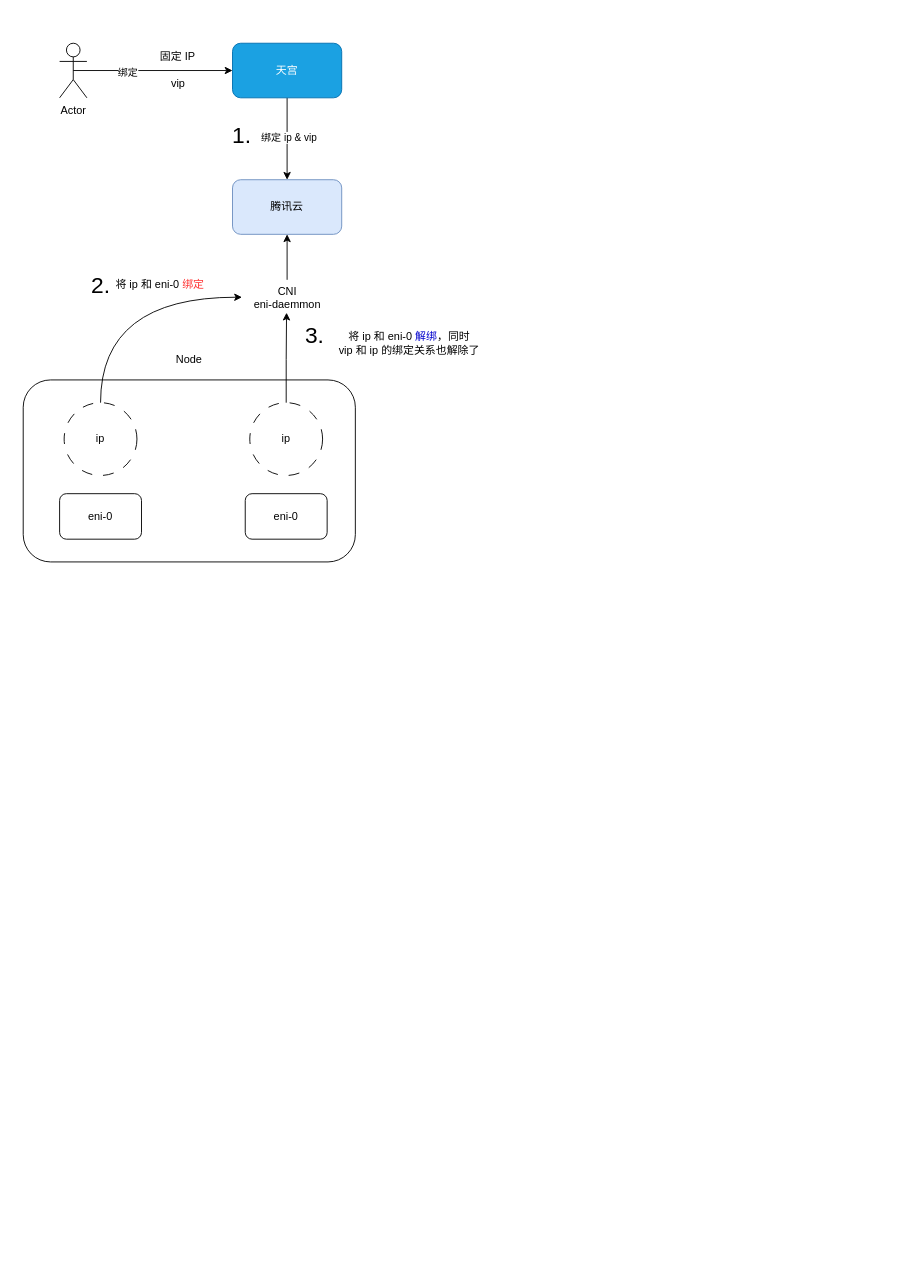
This is vipbug 修复.drawio from cityofwang/beats, a draw.io file, before an edit. Source tidied: cells renumbered, new cells numbered last; positions are measured from the earlier drawing's top-left corner, leaving out a move shared by most shapes. Both pictures are drawn from the tidied source at 91%, with x=0, y=0 at pixel (23, 43).
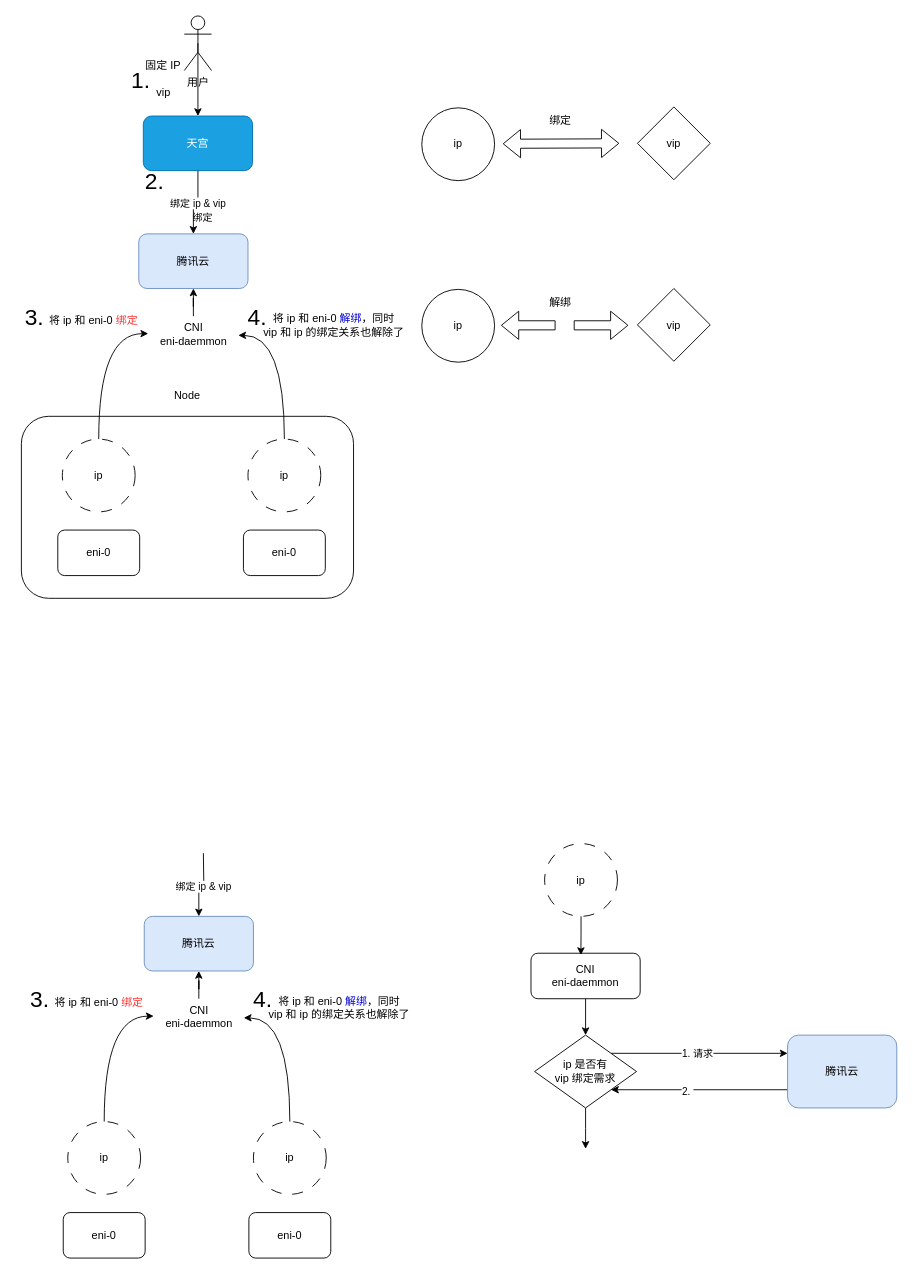
The same diagram, later.

The edit, as a diff of the source:
```diff
@@
     <mxCell id="2" value="eni-0" style="rounded=1;whiteSpace=wrap;html=1;" parent="1" vertex="1">
-      <mxGeometry x="40" y="495" width="90" height="50" as="geometry" />
+      <mxGeometry x="38" y="535" width="90" height="50" as="geometry" />
     </mxCell>
-    <mxCell id="3" style="edgeStyle=orthogonalEdgeStyle;rounded=0;jettySize=auto;html=1;exitX=0.5;exitY=0.5;exitDx=0;exitDy=0;exitPerimeter=0;" parent="1" edge="1" source="5" target="8">
+    <mxCell id="3" style="edgeStyle=orthogonalEdgeStyle;rounded=0;jettySize=auto;html=1;exitX=0.5;exitY=0.5;exitDx=0;exitDy=0;exitPerimeter=0;entryX=0.5;entryY=0;entryDx=0;entryDy=0;" parent="1" edge="1" source="5" target="8">
       <mxGeometry relative="1" as="geometry" />
     </mxCell>
     <mxCell id="4" value="绑定" style="edgeLabel;html=1;align=center;verticalAlign=middle;" parent="3" vertex="1">
-      <mxGeometry x="-0.33" y="-1" relative="1" as="geometry" />
+      <mxGeometry x="-0.33" y="-1" relative="1" as="geometry">
+        <mxPoint x="5" y="164" as="offset" />
+      </mxGeometry>
     </mxCell>
-    <mxCell id="5" value="Actor" style="shape=umlActor;verticalLabelPosition=bottom;verticalAlign=top;html=1;outlineConnect=0;" parent="1" vertex="1">
-      <mxGeometry x="40" width="30" height="60" as="geometry" />
+    <mxCell id="5" value="用户" style="shape=umlActor;verticalLabelPosition=bottom;verticalAlign=top;html=1;outlineConnect=0;" parent="1" vertex="1">
+      <mxGeometry x="177" y="-30" width="30" height="60" as="geometry" />
     </mxCell>
@@
     <mxCell id="8" value="天宫" style="rounded=1;whiteSpace=wrap;html=1;fillColor=#1ba1e2;fontColor=#ffffff;strokeColor=#006EAF;" parent="1" vertex="1">
-      <mxGeometry x="230" width="120" height="60" as="geometry" />
+      <mxGeometry x="132" y="80" width="120" height="60" as="geometry" />
     </mxCell>
     <mxCell id="9" value="固定 IP" style="text;html=1;align=center;verticalAlign=middle;whiteSpace=wrap;rounded=0;" parent="1" vertex="1">
-      <mxGeometry x="140" width="60" height="30" as="geometry" />
+      <mxGeometry x="124" y="10" width="60" height="30" as="geometry" />
     </mxCell>
     <mxCell id="10" value="vip" style="text;html=1;align=center;verticalAlign=middle;strokeColor=none;fillColor=none;" parent="1" vertex="1">
-      <mxGeometry x="150" y="30" width="40" height="30" as="geometry" />
+      <mxGeometry x="134" y="40" width="40" height="30" as="geometry" />
     </mxCell>
     <mxCell id="11" value="腾讯云" style="rounded=1;whiteSpace=wrap;html=1;fillColor=#dae8fc;strokeColor=#6c8ebf;" parent="1" vertex="1">
-      <mxGeometry x="230" y="150" width="120" height="60" as="geometry" />
+      <mxGeometry x="127" y="209.5" width="120" height="60" as="geometry" />
     </mxCell>
     <mxCell id="12" value="1." style="text;html=1;align=center;verticalAlign=middle;strokeColor=none;fillColor=none;fontSize=25;" parent="1" vertex="1">
-      <mxGeometry x="220" y="80" width="40" height="40" as="geometry" />
+      <mxGeometry x="109" y="20" width="40" height="40" as="geometry" />
     </mxCell>
     <mxCell id="13" value="ip" style="ellipse;whiteSpace=wrap;html=1;dashed=1;dashPattern=12 12;" parent="1" vertex="1">
-      <mxGeometry x="45" y="395" width="80" height="80" as="geometry" />
+      <mxGeometry x="43" y="435" width="80" height="80" as="geometry" />
     </mxCell>
@@
     <mxCell id="15" value="&lt;div&gt;CNI&lt;/div&gt;eni-daemmon" style="text;html=1;align=center;verticalAlign=middle;points=[];strokeColor=none;fillColor=none;" parent="1" vertex="1">
-      <mxGeometry x="240" y="260" width="100" height="40" as="geometry" />
+      <mxGeometry x="137" y="300" width="100" height="40" as="geometry" />
     </mxCell>
     <mxCell id="16" value="2." style="text;html=1;align=center;verticalAlign=middle;strokeColor=none;fillColor=none;fontSize=25;" parent="1" vertex="1">
-      <mxGeometry x="65" y="245" width="40" height="40" as="geometry" />
+      <mxGeometry x="124" y="131" width="40" height="40" as="geometry" />
     </mxCell>
     <mxCell id="17" value="Node&lt;div&gt;&lt;br&gt;&lt;/div&gt;&lt;div&gt;&lt;br&gt;&lt;/div&gt;&lt;div&gt;&lt;br&gt;&lt;/div&gt;&lt;div&gt;&lt;br&gt;&lt;/div&gt;&lt;div&gt;&lt;br&gt;&lt;/div&gt;&lt;div&gt;&lt;br&gt;&lt;/div&gt;&lt;div&gt;&lt;br&gt;&lt;/div&gt;&lt;div&gt;&lt;br&gt;&lt;/div&gt;&lt;div&gt;&lt;br&gt;&lt;/div&gt;&lt;div&gt;&lt;br&gt;&lt;/div&gt;&lt;div&gt;&lt;br&gt;&lt;/div&gt;&lt;div&gt;&lt;br&gt;&lt;/div&gt;&lt;div&gt;&lt;br&gt;&lt;/div&gt;&lt;div&gt;&lt;br&gt;&lt;/div&gt;&lt;div&gt;&lt;br&gt;&lt;/div&gt;&lt;div&gt;&lt;br&gt;&lt;/div&gt;&lt;div&gt;&lt;br&gt;&lt;/div&gt;" style="rounded=1;whiteSpace=wrap;html=1;fillColor=none;" parent="1" vertex="1">
-      <mxGeometry y="370" width="365" height="200" as="geometry" />
+      <mxGeometry x="-2" y="410" width="365" height="200" as="geometry" />
     </mxCell>
@@
     <mxCell id="19" value="将 ip 和 eni-0 &lt;font style=&quot;color: rgb(255, 51, 51);&quot;&gt;绑定&lt;/font&gt;" style="text;html=1;align=center;verticalAlign=middle;strokeColor=none;fillColor=none;" parent="1" vertex="1">
-      <mxGeometry x="90" y="250" width="120" height="30" as="geometry" />
+      <mxGeometry x="17" y="290" width="120" height="30" as="geometry" />
     </mxCell>
     <mxCell id="20" value="eni-0" style="rounded=1;whiteSpace=wrap;html=1;" parent="1" vertex="1">
-      <mxGeometry x="244" y="495" width="90" height="50" as="geometry" />
+      <mxGeometry x="242" y="535" width="90" height="50" as="geometry" />
     </mxCell>
     <mxCell id="21" value="ip" style="ellipse;whiteSpace=wrap;html=1;dashed=1;dashPattern=12 12;" parent="1" vertex="1">
-      <mxGeometry x="249" y="395" width="80" height="80" as="geometry" />
+      <mxGeometry x="247" y="435" width="80" height="80" as="geometry" />
     </mxCell>
-    <mxCell id="22" style="edgeStyle=orthogonalEdgeStyle;rounded=0;jettySize=auto;html=1;entryX=0.494;entryY=0.903;entryDx=0;entryDy=0;entryPerimeter=0;" parent="1" edge="1" source="21" target="15">
+    <mxCell id="22" style="edgeStyle=orthogonalEdgeStyle;rounded=0;jettySize=auto;html=1;entryX=0.994;entryY=0.525;entryDx=0;entryDy=0;entryPerimeter=0;curved=1;exitX=0.5;exitY=0;exitDx=0;exitDy=0;" parent="1" edge="1" source="21" target="15">
       <mxGeometry relative="1" as="geometry" />
     </mxCell>
     <mxCell id="23" value="3." style="text;html=1;align=center;verticalAlign=middle;strokeColor=none;fillColor=none;fontSize=25;" parent="1" vertex="1">
-      <mxGeometry x="300" y="300" width="40" height="40" as="geometry" />
+      <mxGeometry x="-8" y="280" width="40" height="40" as="geometry" />
     </mxCell>
     <mxCell id="24" value="将 ip 和 eni-0 &lt;font style=&quot;color: rgb(0, 0, 204);&quot;&gt;解绑&lt;/font&gt;，同时&lt;div&gt;vip 和 ip 的绑定关系也解除了&lt;/div&gt;" style="text;html=1;align=center;verticalAlign=middle;strokeColor=none;fillColor=none;" parent="1" vertex="1">
-      <mxGeometry x="334" y="310" width="180" height="40" as="geometry" />
+      <mxGeometry x="251" y="290" width="180" height="40" as="geometry" />
     </mxCell>
+    <mxCell id="25" value="4." style="text;html=1;align=center;verticalAlign=middle;strokeColor=none;fillColor=none;fontSize=25;" parent="1" vertex="1">
+      <mxGeometry x="237" y="280" width="40" height="40" as="geometry" />
+    </mxCell>
+    <mxCell id="26" value="ip" style="ellipse;whiteSpace=wrap;html=1;" parent="1" vertex="1">
+      <mxGeometry x="438" y="71" width="80" height="80" as="geometry" />
+    </mxCell>
+    <mxCell id="27" value="vip" style="rhombus;whiteSpace=wrap;html=1;" parent="1" vertex="1">
+      <mxGeometry x="675" y="70" width="80" height="80" as="geometry" />
+    </mxCell>
+    <mxCell id="28" style="shape=flexArrow;endArrow=classic;startArrow=classic;html=1;rounded=0;" parent="1" edge="1">
+      <mxGeometry relative="1" as="geometry">
+        <mxPoint x="527" y="110.5" as="sourcePoint" />
+        <mxPoint x="655" y="110" as="targetPoint" />
+      </mxGeometry>
+    </mxCell>
+    <mxCell id="29" value="绑定" style="text;html=1;align=center;verticalAlign=middle;strokeColor=none;fillColor=none;" parent="1" vertex="1">
+      <mxGeometry x="565" y="70" width="50" height="30" as="geometry" />
+    </mxCell>
+    <mxCell id="30" value="ip" style="ellipse;whiteSpace=wrap;html=1;" parent="1" vertex="1">
+      <mxGeometry x="438" y="270.5" width="80" height="80" as="geometry" />
+    </mxCell>
+    <mxCell id="31" value="vip" style="rhombus;whiteSpace=wrap;html=1;" parent="1" vertex="1">
+      <mxGeometry x="675" y="269.5" width="80" height="80" as="geometry" />
+    </mxCell>
+    <mxCell id="32" value="解绑" style="text;html=1;align=center;verticalAlign=middle;strokeColor=none;fillColor=none;" parent="1" vertex="1">
+      <mxGeometry x="565" y="269.5" width="50" height="30" as="geometry" />
+    </mxCell>
+    <mxCell id="33" style="shape=flexArrow;endArrow=classic;html=1;rounded=0;" parent="1" edge="1">
+      <mxGeometry relative="1" as="geometry">
+        <mxPoint x="585" y="310" as="sourcePoint" />
+        <mxPoint x="525" y="310" as="targetPoint" />
+      </mxGeometry>
+    </mxCell>
+    <mxCell id="34" style="shape=flexArrow;endArrow=classic;html=1;rounded=0;" parent="1" edge="1">
+      <mxGeometry relative="1" as="geometry">
+        <mxPoint x="605" y="310" as="sourcePoint" />
+        <mxPoint x="665" y="310" as="targetPoint" />
+      </mxGeometry>
+    </mxCell>
+    <mxCell id="35" value="eni-0" style="rounded=1;whiteSpace=wrap;html=1;" parent="1" vertex="1">
+      <mxGeometry x="44" y="1285" width="90" height="50" as="geometry" />
+    </mxCell>
+    <mxCell id="36" style="edgeStyle=orthogonalEdgeStyle;rounded=0;jettySize=auto;html=1;" parent="1" edge="1" target="38">
+      <mxGeometry relative="1" as="geometry">
+        <mxPoint x="198" y="890" as="sourcePoint" />
+      </mxGeometry>
+    </mxCell>
+    <mxCell id="37" value="绑定 ip &amp;amp; vip" style="edgeLabel;html=1;align=center;verticalAlign=middle;" parent="36" vertex="1">
+      <mxGeometry x="-0.05" y="1" relative="1" as="geometry" />
+    </mxCell>
+    <mxCell id="38" value="腾讯云" style="rounded=1;whiteSpace=wrap;html=1;fillColor=#dae8fc;strokeColor=#6c8ebf;" parent="1" vertex="1">
+      <mxGeometry x="133" y="959.5" width="120" height="60" as="geometry" />
+    </mxCell>
+    <mxCell id="39" value="ip" style="ellipse;whiteSpace=wrap;html=1;dashed=1;dashPattern=12 12;" parent="1" vertex="1">
+      <mxGeometry x="49" y="1185" width="80" height="80" as="geometry" />
+    </mxCell>
+    <mxCell id="40" style="edgeStyle=orthogonalEdgeStyle;rounded=0;jettySize=auto;html=1;entryX=0.5;entryY=1;entryDx=0;entryDy=0;" parent="1" edge="1" source="41" target="38">
+      <mxGeometry relative="1" as="geometry" />
+    </mxCell>
+    <mxCell id="41" value="&lt;div&gt;CNI&lt;/div&gt;eni-daemmon" style="text;html=1;align=center;verticalAlign=middle;points=[];strokeColor=none;fillColor=none;" parent="1" vertex="1">
+      <mxGeometry x="143" y="1050" width="100" height="40" as="geometry" />
+    </mxCell>
+    <mxCell id="42" style="edgeStyle=orthogonalEdgeStyle;rounded=0;jettySize=auto;html=1;entryX=0.004;entryY=0.478;entryDx=0;entryDy=0;entryPerimeter=0;curved=1;exitX=0.5;exitY=0;exitDx=0;exitDy=0;" parent="1" edge="1" source="39" target="41">
+      <mxGeometry relative="1" as="geometry" />
+    </mxCell>
+    <mxCell id="43" value="将 ip 和 eni-0 &lt;font style=&quot;color: rgb(255, 51, 51);&quot;&gt;绑定&lt;/font&gt;" style="text;html=1;align=center;verticalAlign=middle;strokeColor=none;fillColor=none;" parent="1" vertex="1">
+      <mxGeometry x="23" y="1040" width="120" height="30" as="geometry" />
+    </mxCell>
+    <mxCell id="44" value="eni-0" style="rounded=1;whiteSpace=wrap;html=1;" parent="1" vertex="1">
+      <mxGeometry x="248" y="1285" width="90" height="50" as="geometry" />
+    </mxCell>
+    <mxCell id="45" value="ip" style="ellipse;whiteSpace=wrap;html=1;dashed=1;dashPattern=12 12;" parent="1" vertex="1">
+      <mxGeometry x="253" y="1185" width="80" height="80" as="geometry" />
+    </mxCell>
+    <mxCell id="46" style="edgeStyle=orthogonalEdgeStyle;rounded=0;jettySize=auto;html=1;entryX=0.994;entryY=0.525;entryDx=0;entryDy=0;entryPerimeter=0;curved=1;exitX=0.5;exitY=0;exitDx=0;exitDy=0;" parent="1" edge="1" source="45" target="41">
+      <mxGeometry relative="1" as="geometry" />
+    </mxCell>
+    <mxCell id="47" value="3." style="text;html=1;align=center;verticalAlign=middle;strokeColor=none;fillColor=none;fontSize=25;" parent="1" vertex="1">
+      <mxGeometry x="-2" y="1030" width="40" height="40" as="geometry" />
+    </mxCell>
+    <mxCell id="48" value="将 ip 和 eni-0 &lt;font style=&quot;color: rgb(0, 0, 204);&quot;&gt;解绑&lt;/font&gt;，同时&lt;div&gt;vip 和 ip 的绑定关系也解除了&lt;/div&gt;" style="text;html=1;align=center;verticalAlign=middle;strokeColor=none;fillColor=none;" parent="1" vertex="1">
+      <mxGeometry x="257" y="1040" width="180" height="40" as="geometry" />
+    </mxCell>
+    <mxCell id="49" value="4." style="text;html=1;align=center;verticalAlign=middle;strokeColor=none;fillColor=none;fontSize=25;" parent="1" vertex="1">
+      <mxGeometry x="243" y="1030" width="40" height="40" as="geometry" />
+    </mxCell>
+    <mxCell id="50" value="&lt;div&gt;&lt;/div&gt;" style="text;html=1;align=center;verticalAlign=middle;strokeColor=none;fillColor=none;" parent="1" vertex="1">
+      <mxGeometry x="625" y="1045" width="20" height="10" as="geometry" />
+    </mxCell>
+    <mxCell id="51" style="edgeStyle=orthogonalEdgeStyle;rounded=0;jettySize=auto;html=1;entryX=0.5;entryY=0;entryDx=0;entryDy=0;" parent="1" edge="1" source="52" target="61">
+      <mxGeometry relative="1" as="geometry" />
+    </mxCell>
+    <mxCell id="52" value="&lt;div&gt;&lt;div style=&quot;text-wrap: nowrap;&quot;&gt;CNI&lt;/div&gt;&lt;span style=&quot;text-wrap: nowrap;&quot;&gt;eni-daemmon&lt;/span&gt;&lt;br&gt;&lt;/div&gt;" style="rounded=1;whiteSpace=wrap;html=1;fillColor=none;" parent="1" vertex="1">
+      <mxGeometry x="558" y="1000" width="120" height="50" as="geometry" />
+    </mxCell>
+    <mxCell id="53" value="ip" style="ellipse;whiteSpace=wrap;html=1;dashed=1;dashPattern=12 12;" parent="1" vertex="1">
+      <mxGeometry x="573" y="879.5" width="80" height="80" as="geometry" />
+    </mxCell>
+    <mxCell id="54" style="edgeStyle=orthogonalEdgeStyle;rounded=0;jettySize=auto;html=1;entryX=0.457;entryY=0.04;entryDx=0;entryDy=0;entryPerimeter=0;" parent="1" edge="1" source="53" target="52">
+      <mxGeometry relative="1" as="geometry" />
+    </mxCell>
+    <mxCell id="55" style="edgeStyle=orthogonalEdgeStyle;rounded=0;jettySize=auto;html=1;exitX=0;exitY=0.75;exitDx=0;exitDy=0;entryX=1;entryY=1;entryDx=0;entryDy=0;" parent="1" edge="1" source="57" target="61">
+      <mxGeometry relative="1" as="geometry" />
+    </mxCell>
+    <mxCell id="56" value="2.&amp;nbsp;" style="edgeLabel;html=1;align=center;verticalAlign=middle;" parent="55" vertex="1">
+      <mxGeometry x="0.07" y="1" relative="1" as="geometry">
+        <mxPoint x="-7" as="offset" />
+      </mxGeometry>
+    </mxCell>
+    <mxCell id="57" value="腾讯云" style="rounded=1;whiteSpace=wrap;html=1;fillColor=#dae8fc;strokeColor=#6c8ebf;" parent="1" vertex="1">
+      <mxGeometry x="840" y="1090" width="120" height="80" as="geometry" />
+    </mxCell>
+    <mxCell id="58" style="edgeStyle=orthogonalEdgeStyle;rounded=0;jettySize=auto;html=1;exitX=1;exitY=0;exitDx=0;exitDy=0;entryX=0;entryY=0.25;entryDx=0;entryDy=0;" parent="1" edge="1" source="61" target="57">
+      <mxGeometry relative="1" as="geometry" />
+    </mxCell>
+    <mxCell id="59" value="1. 请求" style="edgeLabel;html=1;align=center;verticalAlign=middle;" parent="58" vertex="1">
+      <mxGeometry x="-0.32" y="1" relative="1" as="geometry">
+        <mxPoint x="28" as="offset" />
+      </mxGeometry>
+    </mxCell>
+    <mxCell id="60" style="edgeStyle=orthogonalEdgeStyle;rounded=0;jettySize=auto;html=1;" parent="1" edge="1" source="61">
+      <mxGeometry relative="1" as="geometry">
+        <mxPoint x="618" y="1215" as="targetPoint" />
+      </mxGeometry>
+    </mxCell>
+    <mxCell id="61" value="ip 是否有&lt;div&gt;vip 绑定需求&lt;/div&gt;" style="rhombus;whiteSpace=wrap;html=1;" parent="1" vertex="1">
+      <mxGeometry x="562" y="1090" width="112" height="80" as="geometry" />
+    </mxCell>
```
